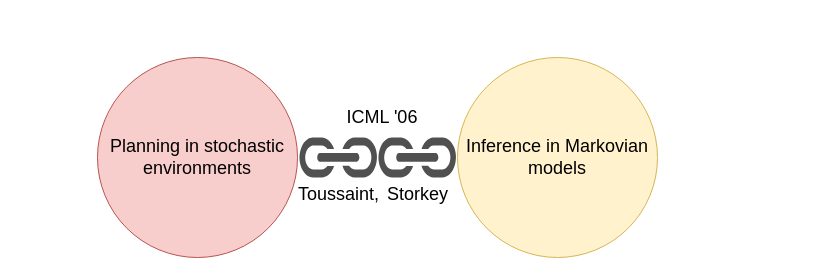
Above: page "Page-1" (1 of 2) of figs/figs.drawio in noamsgl/toussaint-storkey-2006-beamer (draw.io), before the change. Source tidied: cells renumbered, new cells numbered last; positions are measured from the earlier drawing's top-left corner, leaving out a move shared by most shapes. Both pictures are drawn from the tidied source at 100%, with x=0, y=0 at pixel (97, 57).
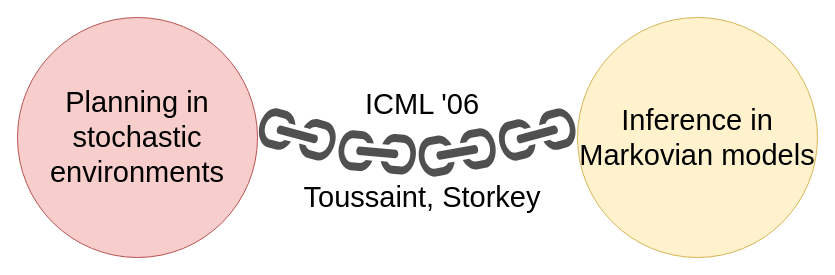
The same diagram, later.

Change to the diagram source:
```diff
@@
 <mxGraphModel>
   <root>
     <mxCell id="0" />
     <mxCell id="1" parent="0" />
-    <mxCell id="2" value="Planning in stochastic environments" style="ellipse;whiteSpace=wrap;html=1;fontSize=18;fillColor=#f8cecc;strokeColor=#b85450;" parent="1" vertex="1">
-      <mxGeometry width="200" height="200" as="geometry" />
+    <mxCell id="2" value="Planning in stochastic environments" style="ellipse;whiteSpace=wrap;html=1;fontSize=29;fillColor=#f8cecc;strokeColor=#b85450;" parent="1" vertex="1">
+      <mxGeometry x="-80" y="-40" width="240" height="240" as="geometry" />
     </mxCell>
-    <mxCell id="3" value="Inference in Markovian models" style="ellipse;whiteSpace=wrap;html=1;fontSize=18;fillColor=#fff2cc;strokeColor=#d6b656;" parent="1" vertex="1">
-      <mxGeometry x="360" width="200" height="200" as="geometry" />
+    <mxCell id="3" value="Inference in Markovian models" style="ellipse;whiteSpace=wrap;html=1;fontSize=29;fillColor=#fff2cc;strokeColor=#d6b656;" parent="1" vertex="1">
+      <mxGeometry x="480" y="-40" width="240" height="240" as="geometry" />
     </mxCell>
-    <mxCell id="4" value="Toussaint," style="shadow=0;dashed=0;html=1;strokeColor=none;fillColor=#505050;labelPosition=center;verticalLabelPosition=bottom;verticalAlign=top;align=center;shape=mxgraph.office.concepts.link;fontSize=18;" parent="1" vertex="1">
-      <mxGeometry x="201" y="80" width="80" height="40" as="geometry" />
+    <mxCell id="4" style="shadow=0;dashed=0;html=1;strokeColor=none;fillColor=#505050;labelPosition=center;verticalLabelPosition=bottom;verticalAlign=top;align=center;shape=mxgraph.office.concepts.link;fontSize=29;rotation=5;" parent="1" vertex="1">
+      <mxGeometry x="240" y="75" width="80" height="40" as="geometry" />
     </mxCell>
-    <mxCell id="5" value="Storkey" style="shadow=0;dashed=0;html=1;strokeColor=none;fillColor=#505050;labelPosition=center;verticalLabelPosition=bottom;verticalAlign=top;align=center;shape=mxgraph.office.concepts.link;fontSize=18;" parent="1" vertex="1">
-      <mxGeometry x="280" y="80" width="80" height="40" as="geometry" />
+    <mxCell id="5" style="shadow=0;dashed=0;html=1;strokeColor=none;fillColor=#505050;labelPosition=center;verticalLabelPosition=bottom;verticalAlign=top;align=center;shape=mxgraph.office.concepts.link;fontSize=29;rotation=-10;" parent="1" vertex="1">
+      <mxGeometry x="320" y="75" width="80" height="40" as="geometry" />
     </mxCell>
-    <mxCell id="6" value="&lt;font style=&quot;font-size: 18px&quot;&gt;ICML '06&lt;/font&gt;" style="text;html=1;strokeColor=none;fillColor=none;align=center;verticalAlign=middle;whiteSpace=wrap;rounded=0;" parent="1" vertex="1">
-      <mxGeometry x="240" y="50" width="90" height="20" as="geometry" />
+    <mxCell id="6" value="&lt;font style=&quot;font-size: 29px;&quot;&gt;ICML '06&lt;/font&gt;" style="text;html=1;strokeColor=none;fillColor=none;align=center;verticalAlign=middle;whiteSpace=wrap;rounded=0;fontSize=29;" parent="1" vertex="1">
+      <mxGeometry x="260" y="37" width="130" height="20" as="geometry" />
     </mxCell>
+    <mxCell id="7" style="shadow=0;dashed=0;html=1;strokeColor=none;fillColor=#505050;labelPosition=center;verticalLabelPosition=bottom;verticalAlign=top;align=center;shape=mxgraph.office.concepts.link;fontSize=29;rotation=-15;" parent="1" vertex="1">
+      <mxGeometry x="400" y="57" width="80" height="40" as="geometry" />
+    </mxCell>
+    <mxCell id="8" style="shadow=0;dashed=0;html=1;strokeColor=none;fillColor=#505050;labelPosition=center;verticalLabelPosition=bottom;verticalAlign=top;align=center;shape=mxgraph.office.concepts.link;fontSize=29;rotation=15;" parent="1" vertex="1">
+      <mxGeometry x="160" y="57" width="80" height="40" as="geometry" />
+    </mxCell>
+    <mxCell id="9" value="&lt;span&gt;Toussaint, Storkey&lt;/span&gt;" style="text;html=1;strokeColor=none;fillColor=none;align=center;verticalAlign=middle;whiteSpace=wrap;rounded=0;fontSize=29;" parent="1" vertex="1">
+      <mxGeometry x="190" y="130" width="270" height="20" as="geometry" />
+    </mxCell>
   </root>
 </mxGraphModel>
```
